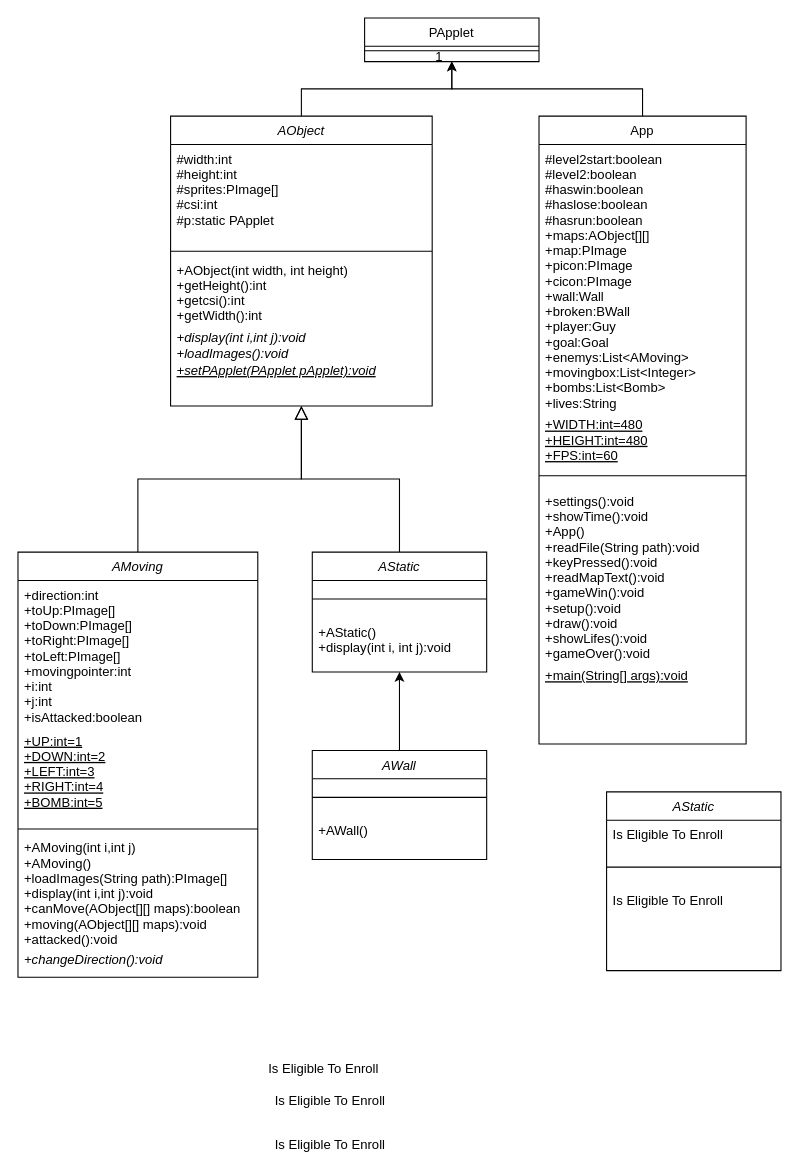
Before: Copy of Untitled Diagram.drawio in Neptuneqaq/neptune, a draw.io diagram. Source tidied: cells renumbered, new cells numbered last; positions are measured from the earlier drawing's top-left corner, leaving out a move shared by most shapes. Both pictures are drawn from the tidied source at 109%, with x=0, y=0 at pixel (17, 17).
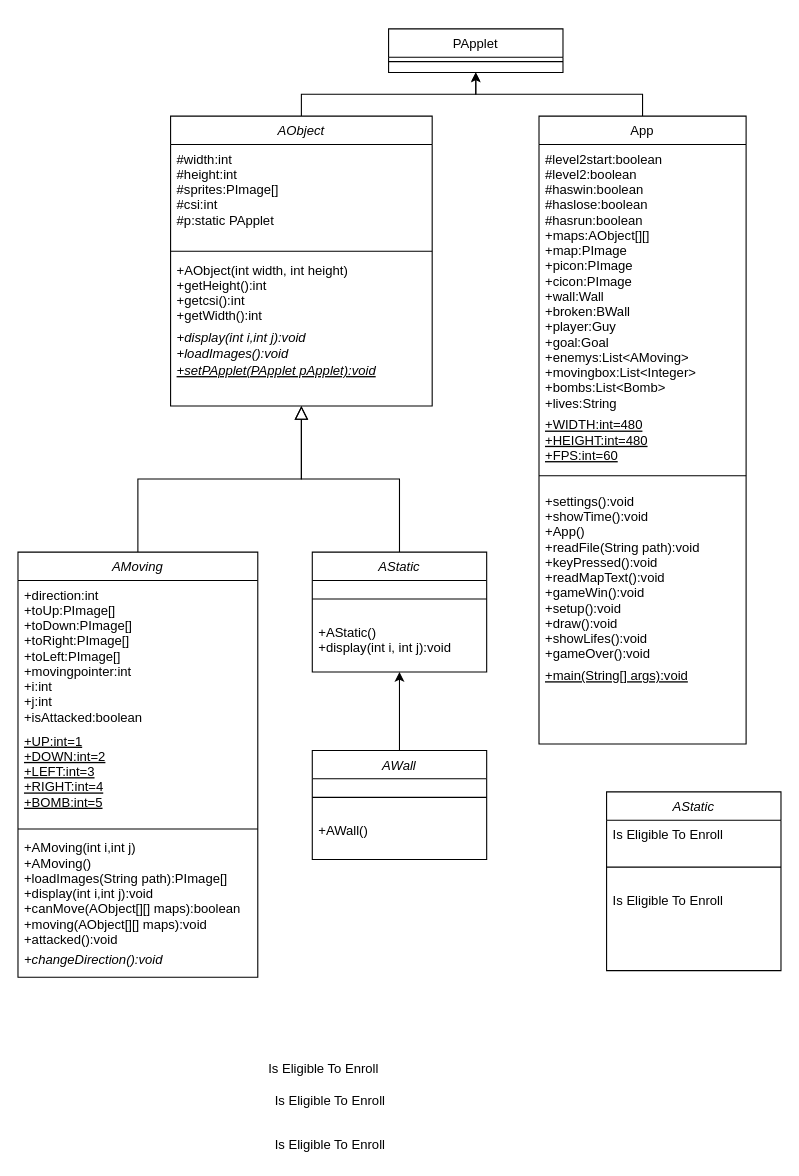
Above is the later version.

Unchanged cells that the change refers to:
```xml
<mxCell id="26" style="endArrow=open;shadow=0;strokeWidth=1;rounded=0;endFill=1;edgeStyle=elbowEdgeStyle;elbow=vertical;entryX=0.5;entryY=1;entryDx=0;entryDy=0;" parent="1" edge="1" source="2" target="28">
  <mxGeometry x="0.5" y="41" relative="1" as="geometry">
    <mxPoint x="-40" y="32" as="offset" />
  </mxGeometry>
</mxCell>
```

What changed in the source:
```diff
@@
-    <mxCell id="27" value="1" style="align=right;verticalAlign=bottom;labelBackgroundColor=none;fontSize=12;" parent="26" vertex="1">
-      <mxGeometry x="1" relative="1" as="geometry">
-        <mxPoint x="-7" y="4" as="offset" />
-      </mxGeometry>
-    </mxCell>
     <mxCell id="28" value="PApplet" style="swimlane;fontStyle=0;align=center;verticalAlign=top;horizontal=1;startSize=26;rounded=0;shadow=0;strokeWidth=1;fontColor=default;" parent="1" vertex="1">
-      <mxGeometry x="318" width="160" height="40" as="geometry" />
+      <mxGeometry x="340" y="10" width="160" height="40" as="geometry" />
     </mxCell>
```
